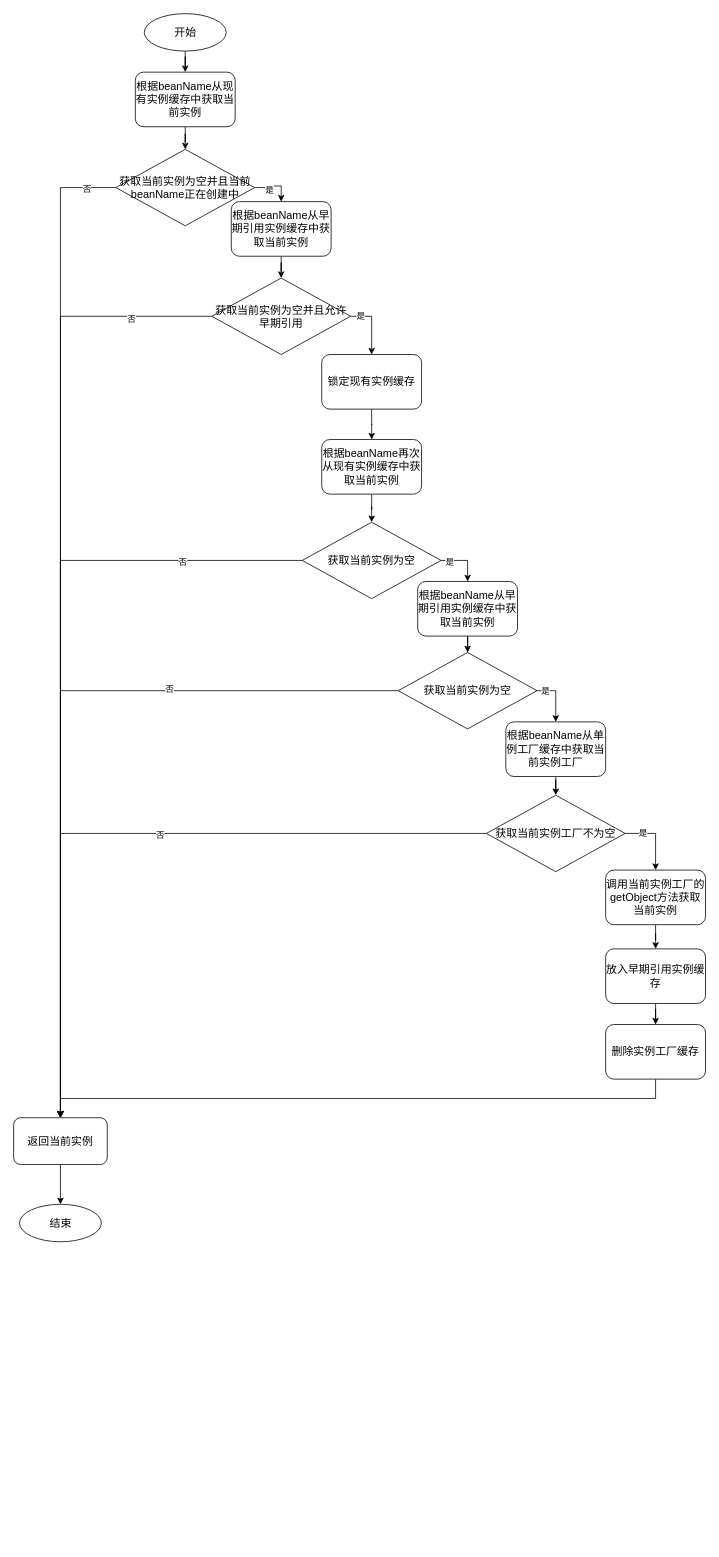
The draw.io diagram page "循环依赖" (2 of 2) of Spring.drawio in EngineKing/draw, before the edit. Source tidied: cells renumbered, new cells numbered last; positions are measured from the earlier drawing's top-left corner, leaving out a move shared by most shapes. Both pictures are drawn from the tidied source at 78%, with x=0, y=0 at pixel (13, 13).
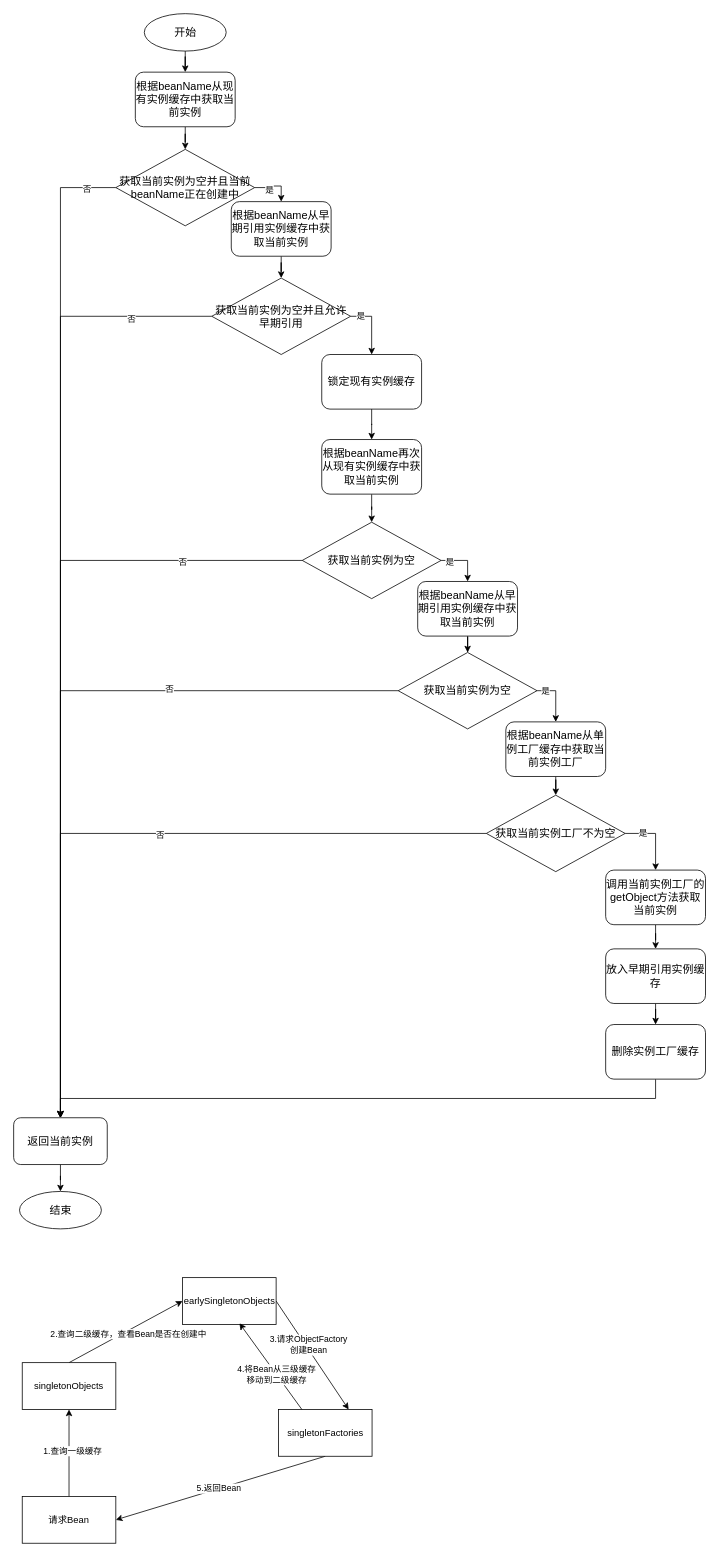
The same page after the edit.

The edit, as a diff of the source:
```diff
@@
     <mxCell id="9" value="结束" style="ellipse;whiteSpace=wrap;html=1;fontSize=14;" parent="1" vertex="1">
-      <mxGeometry x="7.5" y="1526.5" width="105" height="48" as="geometry" />
+      <mxGeometry x="7.5" y="1510" width="105" height="48" as="geometry" />
     </mxCell>
@@
+    <mxCell id="50" style="edgeStyle=orthogonalEdgeStyle;rounded=0;jettySize=auto;html=1;exitX=0.5;exitY=0;exitDx=0;exitDy=0;entryX=0.5;entryY=1;entryDx=0;entryDy=0;" parent="1" edge="1" source="52" target="55">
+      <mxGeometry relative="1" as="geometry" />
+    </mxCell>
+    <mxCell id="51" value="&amp;nbsp;1.查询一级缓存" style="edgeLabel;html=1;align=center;verticalAlign=middle;" parent="50" vertex="1">
+      <mxGeometry x="0.05" y="-2" relative="1" as="geometry" />
+    </mxCell>
+    <mxCell id="52" value="请求Bean" style="rounded=0;whiteSpace=wrap;html=1;" parent="1" vertex="1">
+      <mxGeometry x="11" y="1901" width="120" height="60" as="geometry" />
+    </mxCell>
+    <mxCell id="53" style="rounded=0;jettySize=auto;html=1;exitX=0.5;exitY=0;exitDx=0;exitDy=0;entryX=0;entryY=0.5;entryDx=0;entryDy=0;" parent="1" edge="1" source="55" target="58">
+      <mxGeometry relative="1" as="geometry" />
+    </mxCell>
+    <mxCell id="54" value="2.查询二级缓存，查看Bean是否在创建中" style="edgeLabel;html=1;align=center;verticalAlign=middle;" parent="53" vertex="1">
+      <mxGeometry x="0.01" y="-4" relative="1" as="geometry" />
+    </mxCell>
+    <mxCell id="55" value="singletonObjects" style="rounded=0;whiteSpace=wrap;html=1;" parent="1" vertex="1">
+      <mxGeometry x="11" y="1729.5" width="120" height="60" as="geometry" />
+    </mxCell>
+    <mxCell id="56" style="rounded=0;jettySize=auto;html=1;exitX=1;exitY=0.5;exitDx=0;exitDy=0;entryX=0.75;entryY=0;entryDx=0;entryDy=0;" parent="1" edge="1" source="58" target="61">
+      <mxGeometry relative="1" as="geometry" />
+    </mxCell>
+    <mxCell id="57" value="3.请求ObjectFactory&lt;br&gt;创建Bean" style="edgeLabel;html=1;align=center;verticalAlign=middle;" parent="56" vertex="1">
+      <mxGeometry x="-0.17" y="3" relative="1" as="geometry" />
+    </mxCell>
+    <mxCell id="58" value="earlySingletonObjects" style="rounded=0;whiteSpace=wrap;html=1;" parent="1" vertex="1">
+      <mxGeometry x="216.5" y="1620.5" width="120" height="60" as="geometry" />
+    </mxCell>
+    <mxCell id="59" style="rounded=0;jettySize=auto;html=1;exitX=0.5;exitY=1;exitDx=0;exitDy=0;entryX=1;entryY=0.5;entryDx=0;entryDy=0;" parent="1" edge="1" source="61" target="52">
+      <mxGeometry relative="1" as="geometry" />
+    </mxCell>
+    <mxCell id="60" value="5.返回Bean" style="edgeLabel;html=1;align=center;verticalAlign=middle;" parent="59" vertex="1">
+      <mxGeometry x="0.02" y="-1" relative="1" as="geometry" />
+    </mxCell>
+    <mxCell id="61" value="singletonFactories" style="rounded=0;whiteSpace=wrap;html=1;" parent="1" vertex="1">
+      <mxGeometry x="339.5" y="1789.5" width="120" height="60" as="geometry" />
+    </mxCell>
+    <mxCell id="62" style="rounded=0;jettySize=auto;html=1;exitX=0.25;exitY=0;exitDx=0;exitDy=0;entryX=0.608;entryY=0.975;entryDx=0;entryDy=0;entryPerimeter=0;" parent="1" edge="1" source="61" target="58">
+      <mxGeometry relative="1" as="geometry" />
+    </mxCell>
+    <mxCell id="63" value="4.将Bean从三级缓存&lt;div&gt;移动到二级缓存&lt;/div&gt;" style="edgeLabel;html=1;align=center;verticalAlign=middle;" parent="62" vertex="1">
+      <mxGeometry x="-0.18" relative="1" as="geometry" />
+    </mxCell>
```
